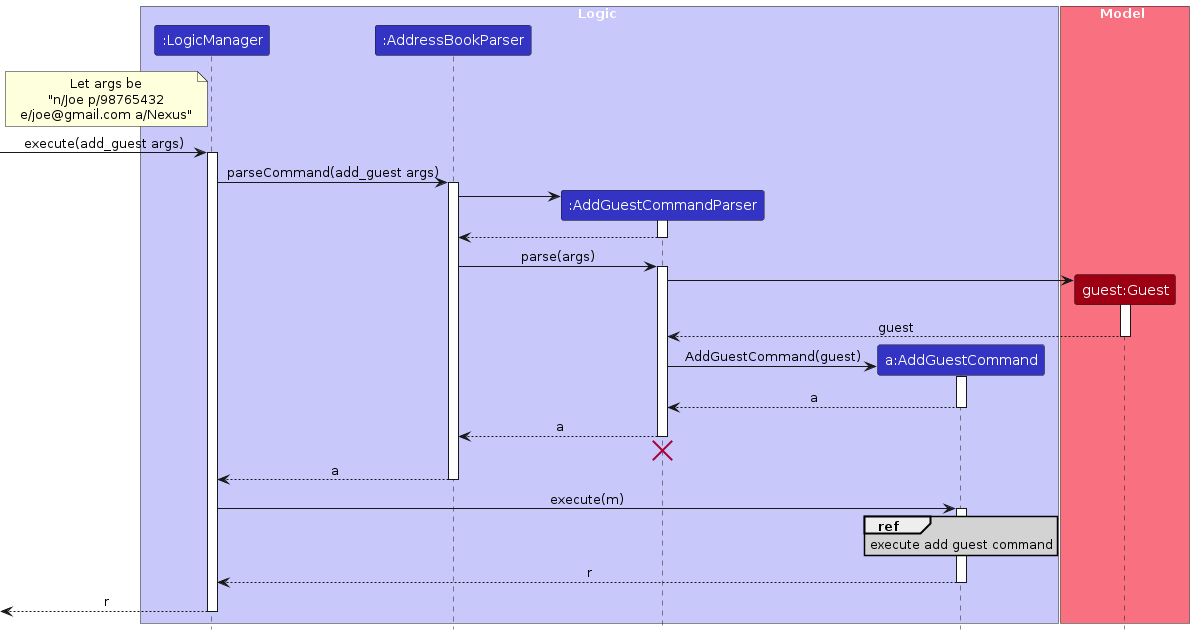
Earlier version of the PlantUML export diagrams/AddGuestSequenceDiagramP1.png (AY2425S1-CS2103T-F09-3/tp). Its source is kept beside it as diagrams/AddGuestSequenceDiagramP1.puml.
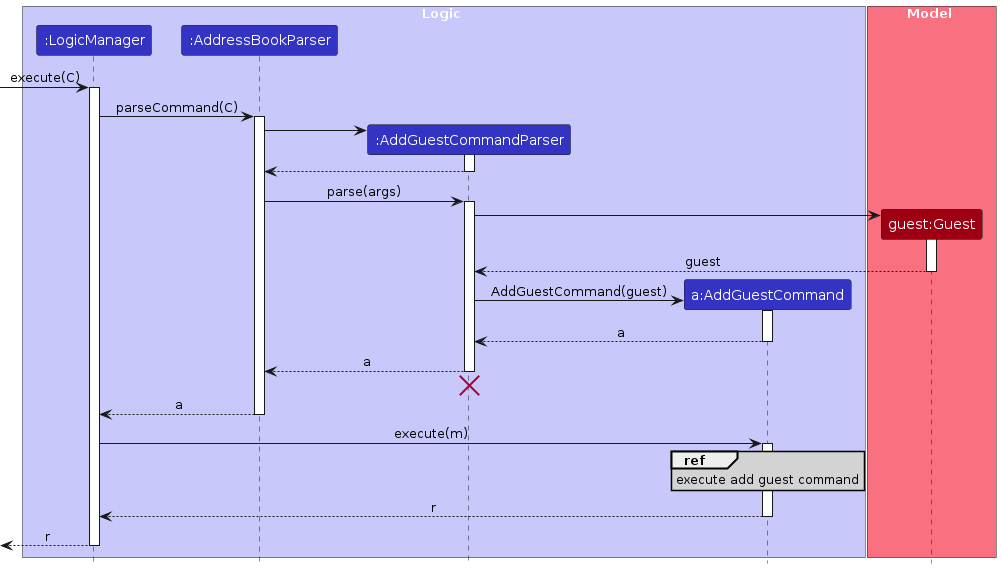
After the change.

Diff of the diagram source:
```diff
@@ -14,15 +14,10 @@
 participant "guest:Guest" as Guest MODEL_COLOR
 end box
 
-note left of LogicManager
-Let args be
-"n/Joe p/98765432
-e/joe@gmail.com a/Nexus"
-end note
-[-> LogicManager : execute(add_guest args)
+[-> LogicManager : execute(C)
 activate LogicManager
 
-LogicManager -> AddressBookParser : parseCommand(add_guest args)
+LogicManager -> AddressBookParser : parseCommand(C)
 activate AddressBookParser
 
 create AddGuestCommandParser
```
